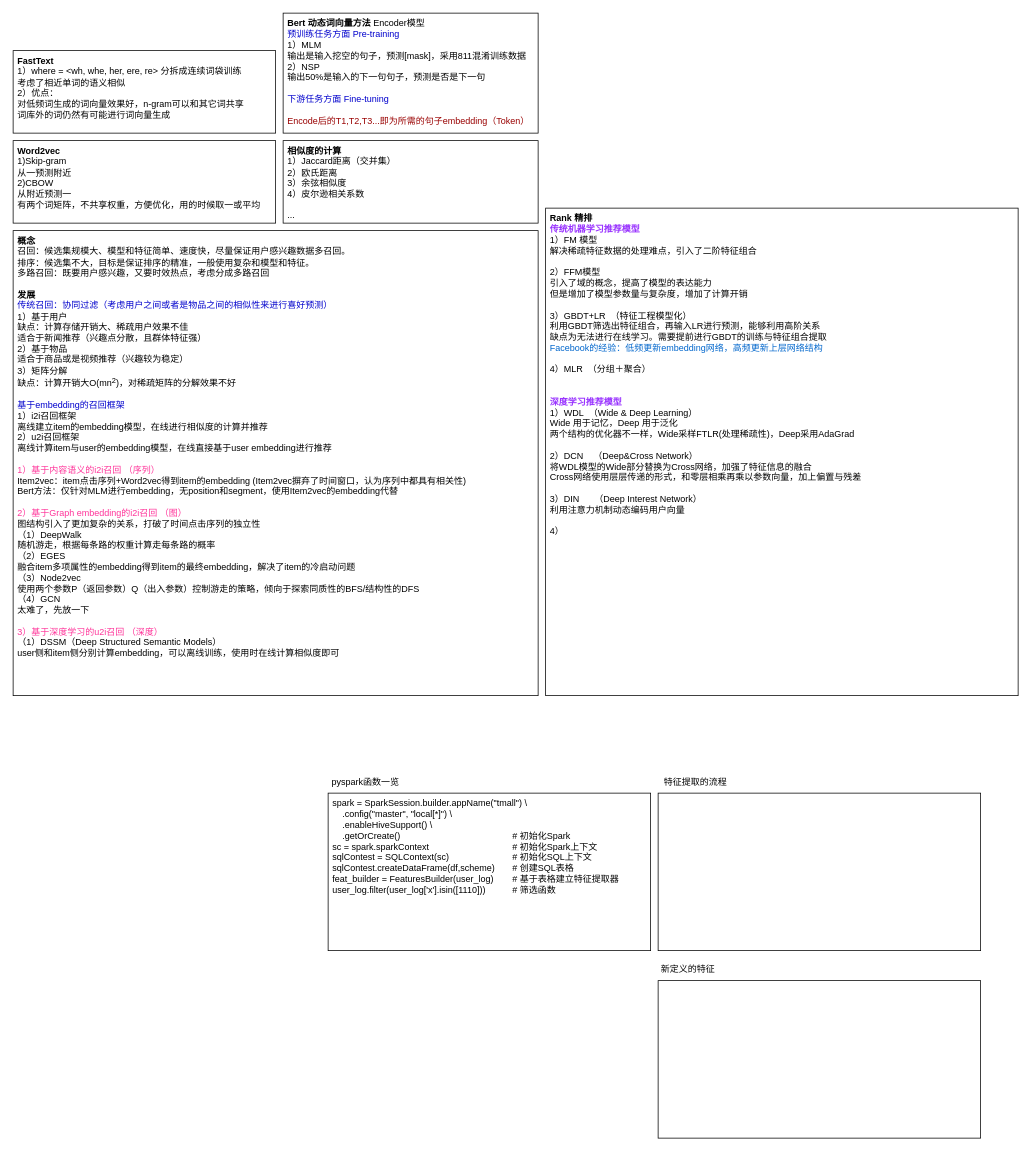
This is tmall2.drawio from limpid-11/drawio, a draw.io file, before an edit. Source tidied: cells renumbered, new cells numbered last; positions are measured from the earlier drawing's top-left corner, leaving out a move shared by most shapes. Both pictures are drawn from the tidied source at 75%, with x=0, y=0 at pixel (13, 13).
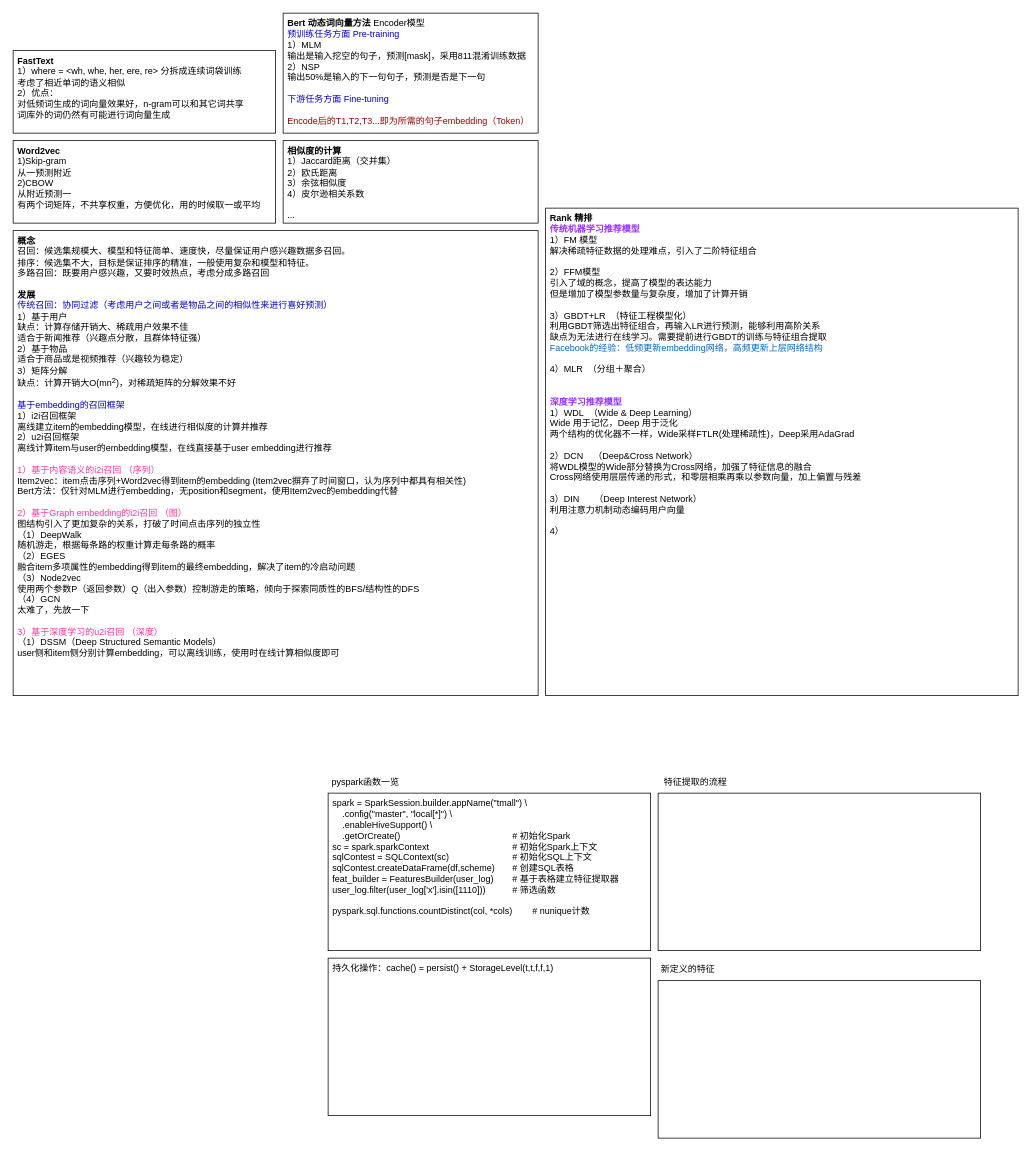
The same page after the edit.

What changed in the source:
```diff
@@
 <mxGraphModel>
   <root>
     <mxCell id="0" />
     <mxCell id="1" parent="0" />
-    <mxCell id="2" value="&lt;div&gt;spark = SparkSession.builder&lt;span style=&quot;background-color: initial;&quot;&gt;.appName(&quot;tmall&quot;) \&lt;/span&gt;&lt;/div&gt;&lt;div&gt;&amp;nbsp; &amp;nbsp; .config(&quot;master&quot;, &quot;local[*]&quot;) \&lt;/div&gt;&lt;div&gt;&amp;nbsp; &amp;nbsp; .enableHiveSupport() \&lt;/div&gt;&lt;div&gt;&amp;nbsp; &amp;nbsp; .getOrCreate()&lt;span style=&quot;white-space: pre;&quot;&gt;&#9;&lt;/span&gt;&lt;span style=&quot;white-space: pre;&quot;&gt;&#9;&lt;/span&gt;&lt;span style=&quot;white-space: pre;&quot;&gt;&#9;&lt;/span&gt;&lt;span style=&quot;white-space: pre;&quot;&gt;&#9;&lt;/span&gt;&lt;span style=&quot;white-space: pre;&quot;&gt;&#9;&lt;span style=&quot;white-space: pre;&quot;&gt;&#9;&lt;/span&gt;&lt;/span&gt;# 初始化Spark&lt;/div&gt;&lt;div&gt;sc = spark.sparkContext&lt;span style=&quot;white-space: pre;&quot;&gt;&#9;&lt;/span&gt;&lt;span style=&quot;white-space: pre;&quot;&gt;&#9;&lt;/span&gt;&lt;span style=&quot;white-space: pre;&quot;&gt;&#9;&lt;/span&gt;&lt;span style=&quot;white-space: pre;&quot;&gt;&#9;&lt;span style=&quot;white-space: pre;&quot;&gt;&#9;&lt;/span&gt;&lt;/span&gt;# 初始化Spark上下文&lt;br&gt;&lt;/div&gt;&lt;div&gt;sqlContest = SQLContext(sc)&lt;span style=&quot;white-space: pre;&quot;&gt;&#9;&lt;/span&gt;&lt;span style=&quot;white-space: pre;&quot;&gt;&#9;&lt;/span&gt;&lt;span style=&quot;white-space: pre;&quot;&gt;&#9;&lt;span style=&quot;white-space: pre;&quot;&gt;&#9;&lt;/span&gt;&lt;/span&gt;# 初始化SQL上下文&lt;br&gt;&lt;/div&gt;&lt;div&gt;sqlContest.createDataFrame(df,scheme)&lt;span style=&quot;white-space: pre;&quot;&gt;&#9;&lt;/span&gt;# 创建SQL表格&lt;br&gt;&lt;/div&gt;&lt;div&gt;feat_builder = FeaturesBuilder(user_log)&lt;span style=&quot;white-space: pre;&quot;&gt;&#9;&lt;/span&gt;# 基于表格建立特征提取器&lt;br&gt;&lt;/div&gt;&lt;div&gt;user_log.filter(user_log['x'].isin([1110]))&lt;span style=&quot;white-space: pre;&quot;&gt;&#9;&lt;/span&gt;&lt;span style=&quot;white-space: pre;&quot;&gt;&#9;&lt;/span&gt;# 筛选函数&lt;br&gt;&lt;/div&gt;&lt;div&gt;&lt;br&gt;&lt;/div&gt;&lt;div&gt;&lt;br&gt;&lt;/div&gt;" style="rounded=0;whiteSpace=wrap;html=1;align=left;verticalAlign=top;spacingLeft=4;" parent="1" vertex="1">
+    <mxCell id="2" value="&lt;div&gt;spark = SparkSession.builder&lt;span style=&quot;background-color: initial;&quot;&gt;.appName(&quot;tmall&quot;) \&lt;/span&gt;&lt;/div&gt;&lt;div&gt;&amp;nbsp; &amp;nbsp; .config(&quot;master&quot;, &quot;local[*]&quot;) \&lt;/div&gt;&lt;div&gt;&amp;nbsp; &amp;nbsp; .enableHiveSupport() \&lt;/div&gt;&lt;div&gt;&amp;nbsp; &amp;nbsp; .getOrCreate()&lt;span style=&quot;white-space: pre;&quot;&gt;&#9;&lt;/span&gt;&lt;span style=&quot;white-space: pre;&quot;&gt;&#9;&lt;/span&gt;&lt;span style=&quot;white-space: pre;&quot;&gt;&#9;&lt;/span&gt;&lt;span style=&quot;white-space: pre;&quot;&gt;&#9;&lt;/span&gt;&lt;span style=&quot;white-space: pre;&quot;&gt;&#9;&lt;span style=&quot;white-space: pre;&quot;&gt;&#9;&lt;/span&gt;&lt;/span&gt;# 初始化Spark&lt;/div&gt;&lt;div&gt;sc = spark.sparkContext&lt;span style=&quot;white-space: pre;&quot;&gt;&#9;&lt;/span&gt;&lt;span style=&quot;white-space: pre;&quot;&gt;&#9;&lt;/span&gt;&lt;span style=&quot;white-space: pre;&quot;&gt;&#9;&lt;/span&gt;&lt;span style=&quot;white-space: pre;&quot;&gt;&#9;&lt;span style=&quot;white-space: pre;&quot;&gt;&#9;&lt;/span&gt;&lt;/span&gt;# 初始化Spark上下文&lt;br&gt;&lt;/div&gt;&lt;div&gt;sqlContest = SQLContext(sc)&lt;span style=&quot;white-space: pre;&quot;&gt;&#9;&lt;/span&gt;&lt;span style=&quot;white-space: pre;&quot;&gt;&#9;&lt;/span&gt;&lt;span style=&quot;white-space: pre;&quot;&gt;&#9;&lt;span style=&quot;white-space: pre;&quot;&gt;&#9;&lt;/span&gt;&lt;/span&gt;# 初始化SQL上下文&lt;br&gt;&lt;/div&gt;&lt;div&gt;sqlContest.createDataFrame(df,scheme)&lt;span style=&quot;white-space: pre;&quot;&gt;&#9;&lt;/span&gt;# 创建SQL表格&lt;br&gt;&lt;/div&gt;&lt;div&gt;feat_builder = FeaturesBuilder(user_log)&lt;span style=&quot;white-space: pre;&quot;&gt;&#9;&lt;/span&gt;# 基于表格建立特征提取器&lt;br&gt;&lt;/div&gt;&lt;div&gt;user_log.filter(user_log['x'].isin([1110]))&lt;span style=&quot;white-space: pre;&quot;&gt;&#9;&lt;/span&gt;&lt;span style=&quot;white-space: pre;&quot;&gt;&#9;&lt;/span&gt;# 筛选函数&lt;br&gt;&lt;/div&gt;&lt;div&gt;&lt;br&gt;&lt;/div&gt;&lt;div&gt;pyspark.sql.functions.countDistinct(col, *cols)&lt;span style=&quot;white-space: pre;&quot;&gt;&#9;&lt;/span&gt;# nunique计数&lt;br&gt;&lt;/div&gt;&lt;div&gt;&lt;br&gt;&lt;/div&gt;" style="rounded=0;whiteSpace=wrap;html=1;align=left;verticalAlign=top;spacingLeft=4;" parent="1" vertex="1">
       <mxGeometry x="420" y="1040" width="430" height="210" as="geometry" />
     </mxCell>
     <mxCell id="3" value="pyspark函数一览" style="text;html=1;align=center;verticalAlign=middle;whiteSpace=wrap;rounded=0;" parent="1" vertex="1">
       <mxGeometry x="420" y="1010" width="100" height="30" as="geometry" />
     </mxCell>
     <mxCell id="4" value="&lt;div&gt;&lt;br&gt;&lt;/div&gt;" style="rounded=0;whiteSpace=wrap;html=1;align=left;verticalAlign=top;spacingLeft=4;" parent="1" vertex="1">
       <mxGeometry x="860" y="1040" width="430" height="210" as="geometry" />
     </mxCell>
     <mxCell id="5" value="特征提取的流程" style="text;html=1;align=center;verticalAlign=middle;whiteSpace=wrap;rounded=0;" parent="1" vertex="1">
       <mxGeometry x="860" y="1010" width="100" height="30" as="geometry" />
     </mxCell>
     <mxCell id="6" value="新定义的特征" style="text;html=1;align=center;verticalAlign=middle;whiteSpace=wrap;rounded=0;" parent="1" vertex="1">
       <mxGeometry x="860" y="1260" width="80" height="30" as="geometry" />
     </mxCell>
     <mxCell id="7" value="&lt;div&gt;&lt;br&gt;&lt;/div&gt;" style="rounded=0;whiteSpace=wrap;html=1;align=left;verticalAlign=top;spacingLeft=4;" parent="1" vertex="1">
       <mxGeometry x="860" y="1290" width="430" height="210" as="geometry" />
     </mxCell>
     <mxCell id="8" value="&lt;div&gt;&lt;b&gt;概念&lt;/b&gt;&lt;/div&gt;&lt;div&gt;召回：候选集规模大、模型和特征简单、速度快，尽量保证用户感兴趣数据多召回。&lt;/div&gt;&lt;div&gt;排序：候选集不大，目标是保证排序的精准，一般使用复杂和模型和特征。&lt;/div&gt;&lt;div&gt;多路召回：既要用户感兴趣，又要时效热点，考虑分成多路召回&lt;/div&gt;&lt;div&gt;&lt;br&gt;&lt;/div&gt;&lt;div&gt;&lt;b&gt;发展&lt;/b&gt;&lt;/div&gt;&lt;div&gt;&lt;font color=&quot;#0000cc&quot;&gt;传统召回：协同过滤（考虑用户之间或者是物品之间的相似性来进行喜好预测）&lt;/font&gt;&lt;/div&gt;&lt;div&gt;1）基于用户&lt;/div&gt;&lt;div&gt;缺点：计算存储开销大、稀疏用户效果不佳&lt;/div&gt;&lt;div&gt;适合于新闻推荐（兴趣点分散，且群体特征强）&lt;/div&gt;&lt;div&gt;2）基于物品&lt;/div&gt;&lt;div&gt;适合于商品或是视频推荐（兴趣较为稳定）&lt;/div&gt;&lt;div&gt;3）矩阵分解&lt;br&gt;&lt;/div&gt;&lt;div&gt;缺点：计算开销大O(mn&lt;sup&gt;2&lt;/sup&gt;)，对稀疏矩阵的分解效果不好&lt;/div&gt;&lt;div&gt;&lt;br&gt;&lt;/div&gt;&lt;div&gt;&lt;font color=&quot;#0000cc&quot;&gt;基于embedding的召回框架&lt;/font&gt;&lt;/div&gt;&lt;div&gt;1）i2i召回框架&lt;/div&gt;&lt;div&gt;离线建立item的embedding模型，在线进行相似度的计算并推荐&lt;/div&gt;&lt;div&gt;2）u2i召回框架&lt;/div&gt;&lt;div&gt;离线计算item与user的&lt;span style=&quot;background-color: initial;&quot;&gt;embedding模型，在线直接基于user&amp;nbsp;&lt;/span&gt;&lt;span style=&quot;background-color: initial;&quot;&gt;embedding进行推荐&lt;/span&gt;&lt;/div&gt;&lt;div&gt;&lt;br&gt;&lt;/div&gt;&lt;div&gt;&lt;font color=&quot;#ff3399&quot;&gt;1）基于内容语义的i2i召回 （序列）&lt;/font&gt;&lt;/div&gt;&lt;div&gt;Item2vec：item点击序列+Word2vec得到item的embedding (&lt;span style=&quot;background-color: initial;&quot;&gt;Item2vec&lt;/span&gt;&lt;span style=&quot;background-color: initial;&quot;&gt;摒弃了时间窗口，认为序列中都具有相关性)&lt;/span&gt;&lt;/div&gt;&lt;div&gt;&lt;span style=&quot;background-color: initial;&quot;&gt;Bert方法：仅针对MLM进行embedding，无position和segment，使用&lt;/span&gt;&lt;span style=&quot;background-color: initial;&quot;&gt;Item2vec的embedding代替&lt;/span&gt;&lt;/div&gt;&lt;div&gt;&lt;span style=&quot;background-color: initial;&quot;&gt;&lt;br&gt;&lt;/span&gt;&lt;/div&gt;&lt;div&gt;&lt;span style=&quot;background-color: initial;&quot;&gt;&lt;font color=&quot;#ff3399&quot;&gt;2）基于Graph embedding的i2i召回 （图）&lt;/font&gt;&lt;/span&gt;&lt;/div&gt;&lt;div&gt;&lt;span style=&quot;background-color: initial;&quot;&gt;图结构引入了更加复杂的关系，打破了时间点击序列的独立性&lt;/span&gt;&lt;/div&gt;&lt;div&gt;&lt;span style=&quot;background-color: initial;&quot;&gt;（1）DeepWalk&lt;/span&gt;&lt;br&gt;&lt;/div&gt;&lt;div&gt;随机游走，根据每条路的权重计算走每条路的概率&lt;/div&gt;&lt;div&gt;&lt;span style=&quot;background-color: initial;&quot;&gt;（2）EGES&lt;/span&gt;&lt;/div&gt;&lt;div&gt;&lt;span style=&quot;background-color: initial;&quot;&gt;融合item多项属性的embedding得到item的最终embedding，解决了item的冷启动问题&lt;/span&gt;&lt;/div&gt;&lt;div&gt;（3）Node2vec&lt;/div&gt;&lt;div&gt;使用两个参数P（返回参数）Q（出入参数）控制游走的策略，倾向于探索同质性的BFS/结构性的DFS&lt;/div&gt;&lt;div&gt;（4）GCN&lt;/div&gt;&lt;div&gt;太难了，先放一下&lt;/div&gt;&lt;div&gt;&lt;br&gt;&lt;/div&gt;&lt;div&gt;&lt;span style=&quot;color: rgb(255, 51, 153);&quot;&gt;3）基于深度学习的u2i召回 （深度）&lt;/span&gt;&lt;br&gt;&lt;/div&gt;&lt;div&gt;（1）DSSM（Deep Structured Semantic Models）&lt;/div&gt;&lt;div&gt;user侧和item侧分别计算embedding，可以离线训练，使用时在线计算相似度即可&lt;/div&gt;" style="rounded=0;whiteSpace=wrap;html=1;align=left;verticalAlign=top;spacingLeft=4;" parent="1" vertex="1">
       <mxGeometry y="290" width="700" height="620" as="geometry" />
     </mxCell>
     <mxCell id="9" value="&lt;div&gt;&lt;b&gt;相似度的计算&lt;/b&gt;&lt;/div&gt;&lt;div&gt;1）Jaccard距离（交并集）&lt;/div&gt;&lt;div&gt;2）欧氏距离&lt;/div&gt;&lt;div&gt;3）余弦相似度&lt;/div&gt;&lt;div&gt;4）皮尔逊相关系数&lt;/div&gt;&lt;div&gt;&lt;br&gt;&lt;/div&gt;&lt;div&gt;...&lt;/div&gt;" style="rounded=0;whiteSpace=wrap;html=1;align=left;verticalAlign=top;spacingLeft=4;" parent="1" vertex="1">
       <mxGeometry x="360" y="170" width="340" height="110" as="geometry" />
     </mxCell>
     <mxCell id="10" value="&lt;b&gt;Word2vec&lt;/b&gt;&lt;div&gt;1)Skip-gram&lt;/div&gt;&lt;div&gt;从一预测附近&lt;/div&gt;&lt;div&gt;2)CBOW&lt;/div&gt;&lt;div&gt;从附近预测一&lt;/div&gt;&lt;div&gt;有两个词矩阵，不共享权重，方便优化，用的时候取一或平均&lt;/div&gt;" style="rounded=0;whiteSpace=wrap;html=1;align=left;verticalAlign=top;spacingLeft=4;" parent="1" vertex="1">
       <mxGeometry y="170" width="350" height="110" as="geometry" />
     </mxCell>
     <mxCell id="11" value="&lt;b&gt;FastText&lt;/b&gt;&lt;br&gt;&lt;div&gt;1）where = &amp;lt;wh, whe, her, ere, re&amp;gt; 分拆成连续词袋训练&lt;/div&gt;&lt;div&gt;考虑了相近单词的语义相似&lt;/div&gt;&lt;div&gt;2）优点：&lt;/div&gt;&lt;div&gt;对低频词生成的词向量效果好，n-gram可以和其它词共享&lt;br&gt;&lt;/div&gt;&lt;div&gt;词库外的词仍然有可能进行词向量生成&lt;/div&gt;" style="rounded=0;whiteSpace=wrap;html=1;align=left;verticalAlign=top;spacingLeft=4;" parent="1" vertex="1">
       <mxGeometry y="50" width="350" height="110" as="geometry" />
     </mxCell>
     <mxCell id="12" value="&lt;b&gt;Bert 动态词向量方法&amp;nbsp;&lt;/b&gt;Encoder模型&lt;br&gt;&lt;div&gt;&lt;font color=&quot;#0000cc&quot;&gt;预训练任务方面 Pre-training&lt;/font&gt;&lt;/div&gt;&lt;div&gt;1）MLM&lt;/div&gt;&lt;div&gt;输出是输入挖空的句子，&lt;span style=&quot;background-color: initial;&quot;&gt;预测[mask]，采用811混淆训练数据&lt;/span&gt;&lt;/div&gt;&lt;div&gt;2）NSP&lt;/div&gt;&lt;div&gt;输出50%是输入的下一句句子，预测是否是下一句&lt;/div&gt;&lt;div&gt;&lt;br&gt;&lt;/div&gt;&lt;div&gt;&lt;font color=&quot;#0000cc&quot;&gt;下游任务方面 Fine-tuning&lt;/font&gt;&lt;/div&gt;&lt;div&gt;&lt;font color=&quot;#0000cc&quot;&gt;&lt;br&gt;&lt;/font&gt;&lt;/div&gt;&lt;div&gt;&lt;font color=&quot;#990000&quot;&gt;Encode后的T1,T2,T3...即为所需的句子embedding（Token）&lt;/font&gt;&lt;/div&gt;" style="rounded=0;whiteSpace=wrap;html=1;align=left;verticalAlign=top;spacingLeft=4;" parent="1" vertex="1">
       <mxGeometry x="360" width="340" height="160" as="geometry" />
     </mxCell>
     <mxCell id="13" value="&lt;b&gt;Rank 精排&lt;/b&gt;&lt;div&gt;&lt;b&gt;&lt;font color=&quot;#9933ff&quot;&gt;传统机器学习推荐模型&lt;/font&gt;&lt;br&gt;&lt;/b&gt;&lt;div&gt;1）FM 模型&lt;/div&gt;&lt;div&gt;解决稀疏特征数据的处理难点，引入了二阶特征组合&lt;/div&gt;&lt;div&gt;&lt;br&gt;&lt;/div&gt;&lt;div&gt;2）FFM模型&lt;/div&gt;&lt;div&gt;引入了域的概念，提高了模型的表达能力&lt;/div&gt;&lt;div&gt;但是增加了模型参数量与复杂度，增加了计算开销&lt;/div&gt;&lt;div&gt;&lt;br&gt;&lt;/div&gt;&lt;div&gt;3）GBDT+LR&amp;nbsp; （特征工程模型化）&lt;/div&gt;&lt;div&gt;利用GBDT筛选出特征组合，再输入LR进行预测，能够利用高阶关系&lt;/div&gt;&lt;div&gt;缺点为无法进行在线学习。需要提前进行GBDT的训练与特征组合提取&lt;/div&gt;&lt;div&gt;&lt;font color=&quot;#0066cc&quot;&gt;Facebook的经验：低频更新embedding网络，高频更新上层网络结构&lt;/font&gt;&lt;/div&gt;&lt;div&gt;&lt;br&gt;&lt;/div&gt;&lt;div&gt;4）MLR&amp;nbsp; （分组＋聚合）&lt;/div&gt;&lt;div&gt;&lt;br&gt;&lt;/div&gt;&lt;div&gt;&lt;br&gt;&lt;/div&gt;&lt;div&gt;&lt;b&gt;&lt;font color=&quot;#9933ff&quot;&gt;深度学习推荐模型&lt;/font&gt;&lt;/b&gt;&lt;br&gt;&lt;/div&gt;&lt;div&gt;1）WDL&amp;nbsp; （Wide &amp;amp; Deep Learning）&lt;/div&gt;&lt;/div&gt;&lt;div&gt;Wide 用于记忆，Deep 用于泛化&lt;/div&gt;&lt;div&gt;两个结构的优化器不一样，Wide采样FTLR(处理稀疏性)，Deep采用AdaGrad&lt;/div&gt;&lt;div&gt;&lt;br&gt;&lt;/div&gt;&lt;div&gt;2）DCN&amp;nbsp; &amp;nbsp; （Deep&amp;amp;Cross Network）&lt;/div&gt;&lt;div&gt;将WDL模型的Wide部分替换为Cross网络，加强了特征信息的融合&lt;/div&gt;&lt;div&gt;Cross网络使用层层传递的形式，和零层相乘再乘以参数向量，加上偏置与残差&lt;/div&gt;&lt;div&gt;&lt;br&gt;&lt;/div&gt;&lt;div&gt;3）DIN&amp;nbsp; &amp;nbsp; &amp;nbsp; （Deep Interest Network）&lt;/div&gt;&lt;div&gt;利用注意力机制动态编码用户向量&lt;/div&gt;&lt;div&gt;&lt;br&gt;&lt;/div&gt;&lt;div&gt;4）&lt;/div&gt;" style="rounded=0;whiteSpace=wrap;html=1;align=left;verticalAlign=top;spacingLeft=4;" parent="1" vertex="1">
       <mxGeometry x="710" y="260" width="630" height="650" as="geometry" />
     </mxCell>
+    <mxCell id="14" value="&lt;div&gt;持久化操作：cache() = persist() + StorageLevel(t,t,f,f,1)&amp;nbsp;&amp;nbsp;&lt;/div&gt;" style="rounded=0;whiteSpace=wrap;html=1;align=left;verticalAlign=top;spacingLeft=4;" parent="1" vertex="1">
+      <mxGeometry x="420" y="1260" width="430" height="210" as="geometry" />
+    </mxCell>
   </root>
 </mxGraphModel>
```
